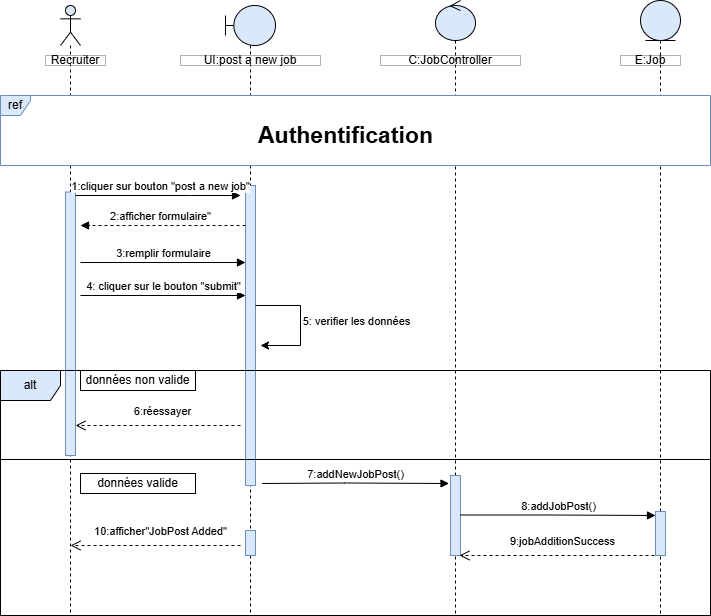
Above: Diagramme sequence publier nouveau emploi.png in chirine1/-project (draw.io), before the change. Source tidied: cells renumbered, new cells last; positions are measured from the earlier drawing's top-left corner, leaving out a move shared by most shapes. The source it was exported from:
```xml
<mxGraphModel background="#ffffff">
  <root>
    <mxCell id="0" />
    <mxCell id="1" parent="0" />
    <mxCell id="2" style="shape=umlLifeline;perimeter=lifelinePerimeter;whiteSpace=wrap;html=1;newEdgeStyle={&quot;curved&quot;:0,&quot;rounded&quot;:0};participant=umlBoundary;fillColor=#dae8fc;strokeColor=default;" parent="1" vertex="1">
      <mxGeometry x="225" y="5" width="50" height="610" as="geometry" />
    </mxCell>
    <mxCell id="3" style="html=1;perimeter=orthogonalPerimeter;targetShapes=umlLifeline;newEdgeStyle={&quot;curved&quot;:0,&quot;rounded&quot;:0};fillColor=#dae8fc;strokeColor=#6c8ebf;" parent="2" vertex="1">
      <mxGeometry x="20" y="180" width="10" height="300" as="geometry" />
    </mxCell>
    <mxCell id="4" style="shape=umlLifeline;perimeter=lifelinePerimeter;whiteSpace=wrap;html=1;newEdgeStyle={&quot;curved&quot;:0,&quot;rounded&quot;:0};participant=umlEntity;fillColor=#dae8fc;strokeColor=default;" parent="1" vertex="1">
      <mxGeometry x="640" width="40" height="615" as="geometry" />
    </mxCell>
    <mxCell id="5" style="shape=umlLifeline;perimeter=lifelinePerimeter;whiteSpace=wrap;html=1;newEdgeStyle={&quot;curved&quot;:0,&quot;rounded&quot;:0};participant=umlControl;fillColor=#dae8fc;strokeColor=default;" parent="1" vertex="1">
      <mxGeometry x="435" width="40" height="615" as="geometry" />
    </mxCell>
    <mxCell id="6" style="shape=umlLifeline;perimeter=lifelinePerimeter;whiteSpace=wrap;html=1;newEdgeStyle={&quot;curved&quot;:0,&quot;rounded&quot;:0};participant=umlActor;fillColor=#dae8fc;strokeColor=default;" parent="1" vertex="1">
      <mxGeometry x="60" y="5" width="20" height="610" as="geometry" />
    </mxCell>
    <mxCell id="7" style="html=1;perimeter=orthogonalPerimeter;targetShapes=umlLifeline;newEdgeStyle={&quot;curved&quot;:0,&quot;rounded&quot;:0};fillColor=#dae8fc;strokeColor=#6c8ebf;" parent="6" vertex="1">
      <mxGeometry x="5" y="186.5" width="10" height="263.5" as="geometry" />
    </mxCell>
    <mxCell id="8" value="6:réessayer" style="html=1;verticalAlign=bottom;endArrow=open;dashed=1;endSize=8;curved=0;rounded=0;entryX=1;entryY=0;entryDx=0;entryDy=5;entryPerimeter=0;" parent="1" edge="1">
      <mxGeometry x="-0.05" y="-5" relative="1" as="geometry">
        <mxPoint x="240" y="425" as="sourcePoint" />
        <mxPoint x="75" y="425" as="targetPoint" />
      </mxGeometry>
    </mxCell>
    <mxCell id="9" value="alt" style="shape=umlFrame;whiteSpace=wrap;html=1;fillColor=#dae8fc;strokeColor=default;" parent="1" vertex="1">
      <mxGeometry y="370" width="710" height="245" as="geometry" />
    </mxCell>
    <mxCell id="10" style="line;strokeWidth=1;fillColor=none;align=left;verticalAlign=middle;spacingTop=-1;spacingLeft=3;spacingRight=3;labelPosition=right;strokeColor=inherit;" parent="1" vertex="1">
      <mxGeometry y="425" width="710" height="68" as="geometry" />
    </mxCell>
    <mxCell id="11" value="2:afficher formulaire&quot;" style="html=1;verticalAlign=bottom;endArrow=block;curved=0;rounded=0;dashed=1;" parent="1" edge="1">
      <mxGeometry x="0.03" relative="1" as="geometry">
        <mxPoint x="245" y="225" as="sourcePoint" />
        <mxPoint x="80" y="225" as="targetPoint" />
      </mxGeometry>
    </mxCell>
    <mxCell id="12" value="Recruiter" style="html=1;whiteSpace=wrap;opacity=30;gradientColor=none;fillColor=default;fillStyle=auto;rounded=0;" parent="1" vertex="1">
      <mxGeometry x="45" y="55" width="60" height="10" as="geometry" />
    </mxCell>
    <mxCell id="13" value="UI:post a new job" style="html=1;whiteSpace=wrap;opacity=30;gradientColor=none;fillColor=default;fillStyle=auto;rounded=0;" parent="1" vertex="1">
      <mxGeometry x="180" y="55" width="140" height="10" as="geometry" />
    </mxCell>
    <mxCell id="14" value="C:JobController" style="html=1;whiteSpace=wrap;opacity=30;gradientColor=none;fillColor=default;fillStyle=auto;rounded=0;" parent="1" vertex="1">
      <mxGeometry x="380" y="55" width="140" height="10" as="geometry" />
    </mxCell>
    <mxCell id="15" value="E:Job" style="html=1;whiteSpace=wrap;opacity=30;gradientColor=none;fillColor=default;fillStyle=auto;rounded=0;" parent="1" vertex="1">
      <mxGeometry x="620" y="55" width="60" height="10" as="geometry" />
    </mxCell>
    <mxCell id="16" value="données valide" style="html=1;whiteSpace=wrap;gradientColor=none;fillColor=default;fillStyle=auto;rounded=0;" parent="1" vertex="1">
      <mxGeometry x="80" y="473" width="115" height="20" as="geometry" />
    </mxCell>
    <mxCell id="17" value="1:cliquer sur bouton &quot;post a new job&quot;" style="html=1;verticalAlign=bottom;endArrow=block;curved=0;rounded=0;" parent="1" edge="1">
      <mxGeometry x="0.03" relative="1" as="geometry">
        <mxPoint x="75" y="195" as="sourcePoint" />
        <mxPoint x="240" y="195" as="targetPoint" />
        <Array as="points">
          <mxPoint x="190" y="195" />
        </Array>
      </mxGeometry>
    </mxCell>
    <mxCell id="18" value="ref" style="shape=umlFrame;whiteSpace=wrap;html=1;fillColor=#dae8fc;strokeColor=#6c8ebf;width=30;height=20;swimlaneFillColor=default;" parent="1" vertex="1">
      <mxGeometry y="95" width="710" height="70" as="geometry" />
    </mxCell>
    <mxCell id="19" value="3:remplir formulaire" style="html=1;verticalAlign=bottom;endArrow=block;curved=0;rounded=0;" parent="1" edge="1">
      <mxGeometry relative="1" as="geometry">
        <mxPoint x="80" y="262" as="sourcePoint" />
        <mxPoint x="245" y="262" as="targetPoint" />
        <Array as="points">
          <mxPoint x="163.1" y="262" />
        </Array>
      </mxGeometry>
    </mxCell>
    <mxCell id="20" value="données non valide" style="html=1;whiteSpace=wrap;gradientColor=none;fillColor=default;fillStyle=auto;rounded=0;" parent="1" vertex="1">
      <mxGeometry x="80" y="370" width="115" height="20" as="geometry" />
    </mxCell>
    <mxCell id="21" style="html=1;points=[[0,0,0,0,5],[0,1,0,0,-5],[1,0,0,0,5],[1,1,0,0,-5]];perimeter=orthogonalPerimeter;outlineConnect=0;targetShapes=umlLifeline;portConstraint=eastwest;newEdgeStyle={&quot;curved&quot;:0,&quot;rounded&quot;:0};fillColor=#dae8fc;strokeColor=#6c8ebf;" parent="1" vertex="1">
      <mxGeometry x="450" y="475" width="10" height="80" as="geometry" />
    </mxCell>
    <mxCell id="22" value="&lt;font style=&quot;font-size: 23px;&quot;&gt;Authentification&lt;/font&gt;" style="text;html=1;align=center;verticalAlign=middle;strokeColor=none;fillColor=default;gradientColor=none;rounded=0;glass=0;shadow=0;fontStyle=1;" parent="1" vertex="1">
      <mxGeometry x="255" y="115" width="180" height="40" as="geometry" />
    </mxCell>
    <mxCell id="23" style="html=1;perimeter=orthogonalPerimeter;targetShapes=umlLifeline;newEdgeStyle={&quot;curved&quot;:0,&quot;rounded&quot;:0};fillColor=#dae8fc;strokeColor=#6c8ebf;" parent="1" vertex="1">
      <mxGeometry x="655" y="511" width="10" height="44" as="geometry" />
    </mxCell>
    <mxCell id="24" style="html=1;perimeter=orthogonalPerimeter;targetShapes=umlLifeline;newEdgeStyle={&quot;curved&quot;:0,&quot;rounded&quot;:0};fillColor=#dae8fc;strokeColor=#6c8ebf;" parent="1" vertex="1">
      <mxGeometry x="245" y="530" width="10" height="25" as="geometry" />
    </mxCell>
    <mxCell id="25" style="edgeStyle=orthogonalEdgeStyle;rounded=0;orthogonalLoop=1;jettySize=auto;html=1;curved=0;" parent="1" edge="1">
      <mxGeometry relative="1" as="geometry">
        <mxPoint x="255" y="305" as="sourcePoint" />
        <mxPoint x="260" y="345" as="targetPoint" />
        <Array as="points">
          <mxPoint x="300" y="305" />
          <mxPoint x="300" y="345" />
        </Array>
      </mxGeometry>
    </mxCell>
    <mxCell id="26" value="5: verifier les données" style="edgeLabel;html=1;align=center;verticalAlign=middle;" parent="25" vertex="1">
      <mxGeometry x="-0.03" y="-1" relative="1" as="geometry">
        <mxPoint x="56" as="offset" />
      </mxGeometry>
    </mxCell>
    <mxCell id="27" value="4: cliquer sur le bouton &quot;submit&quot;" style="html=1;verticalAlign=bottom;endArrow=block;curved=0;rounded=0;" parent="1" edge="1">
      <mxGeometry relative="1" as="geometry">
        <mxPoint x="80" y="295" as="sourcePoint" />
        <mxPoint x="245" y="295" as="targetPoint" />
      </mxGeometry>
    </mxCell>
    <mxCell id="28" value="7:addNewJobPost()" style="html=1;verticalAlign=bottom;endArrow=block;curved=0;rounded=0;" parent="1" edge="1">
      <mxGeometry relative="1" as="geometry">
        <mxPoint x="261.5" y="483" as="sourcePoint" />
        <mxPoint x="448.5" y="483" as="targetPoint" />
        <Array as="points">
          <mxPoint x="344.1" y="482.5" />
        </Array>
      </mxGeometry>
    </mxCell>
    <mxCell id="29" value="8:addJobPost()" style="html=1;verticalAlign=bottom;endArrow=block;curved=0;rounded=0;" parent="1" edge="1" source="21">
      <mxGeometry relative="1" as="geometry">
        <mxPoint x="655" y="515" as="targetPoint" />
        <Array as="points">
          <mxPoint x="550.6" y="514.5" />
        </Array>
      </mxGeometry>
    </mxCell>
    <mxCell id="30" value="&lt;div style=&quot;text-align: left;&quot;&gt;9:jobAdditionSuccess&lt;/div&gt;" style="html=1;verticalAlign=bottom;endArrow=open;dashed=1;endSize=8;curved=0;rounded=0;exitX=0;exitY=1;exitDx=0;exitDy=-5;exitPerimeter=0;entryX=1;entryY=1;entryDx=0;entryDy=-5;entryPerimeter=0;" parent="1" edge="1">
      <mxGeometry x="-0.06" y="-5" relative="1" as="geometry">
        <mxPoint x="654" y="555" as="sourcePoint" />
        <mxPoint x="459" y="555" as="targetPoint" />
      </mxGeometry>
    </mxCell>
    <mxCell id="31" value="&lt;div style=&quot;text-align: left;&quot;&gt;10:afficher&quot;JobPost Added&quot;&lt;/div&gt;" style="html=1;verticalAlign=bottom;endArrow=open;dashed=1;endSize=8;curved=0;rounded=0;entryX=1;entryY=1;entryDx=0;entryDy=-5;entryPerimeter=0;" parent="1" edge="1">
      <mxGeometry x="-0.06" y="-5" relative="1" as="geometry">
        <mxPoint x="240" y="545" as="sourcePoint" />
        <mxPoint x="70" y="545" as="targetPoint" />
      </mxGeometry>
    </mxCell>
  </root>
</mxGraphModel>
```
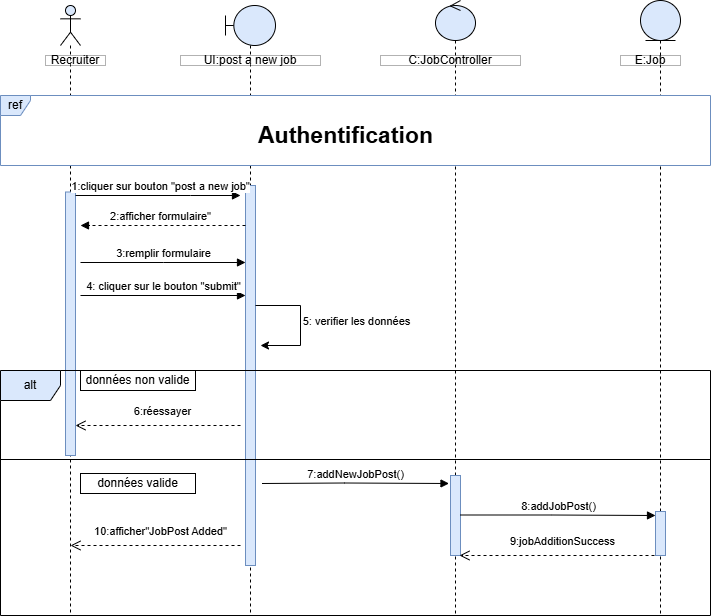
Later version of the same file.

Commit message:
Mettre à jour Diagramme sequence publier nouveau emploi.png

Change to the diagram source:
```diff
@@ -6,7 +6,7 @@
       <mxGeometry x="225" y="5" width="50" height="610" as="geometry" />
     </mxCell>
     <mxCell id="3" style="html=1;perimeter=orthogonalPerimeter;targetShapes=umlLifeline;newEdgeStyle={&quot;curved&quot;:0,&quot;rounded&quot;:0};fillColor=#dae8fc;strokeColor=#6c8ebf;" parent="2" vertex="1">
-      <mxGeometry x="20" y="180" width="10" height="300" as="geometry" />
+      <mxGeometry x="20" y="180" width="10" height="380" as="geometry" />
     </mxCell>
     <mxCell id="4" style="shape=umlLifeline;perimeter=lifelinePerimeter;whiteSpace=wrap;html=1;newEdgeStyle={&quot;curved&quot;:0,&quot;rounded&quot;:0};participant=umlEntity;fillColor=#dae8fc;strokeColor=default;" parent="1" vertex="1">
       <mxGeometry x="640" width="40" height="615" as="geometry" />
@@ -86,9 +86,6 @@
     <mxCell id="23" style="html=1;perimeter=orthogonalPerimeter;targetShapes=umlLifeline;newEdgeStyle={&quot;curved&quot;:0,&quot;rounded&quot;:0};fillColor=#dae8fc;strokeColor=#6c8ebf;" parent="1" vertex="1">
       <mxGeometry x="655" y="511" width="10" height="44" as="geometry" />
     </mxCell>
-    <mxCell id="24" style="html=1;perimeter=orthogonalPerimeter;targetShapes=umlLifeline;newEdgeStyle={&quot;curved&quot;:0,&quot;rounded&quot;:0};fillColor=#dae8fc;strokeColor=#6c8ebf;" parent="1" vertex="1">
-      <mxGeometry x="245" y="530" width="10" height="25" as="geometry" />
-    </mxCell>
     <mxCell id="25" style="edgeStyle=orthogonalEdgeStyle;rounded=0;orthogonalLoop=1;jettySize=auto;html=1;curved=0;" parent="1" edge="1">
       <mxGeometry relative="1" as="geometry">
         <mxPoint x="255" y="305" as="sourcePoint" />
```
